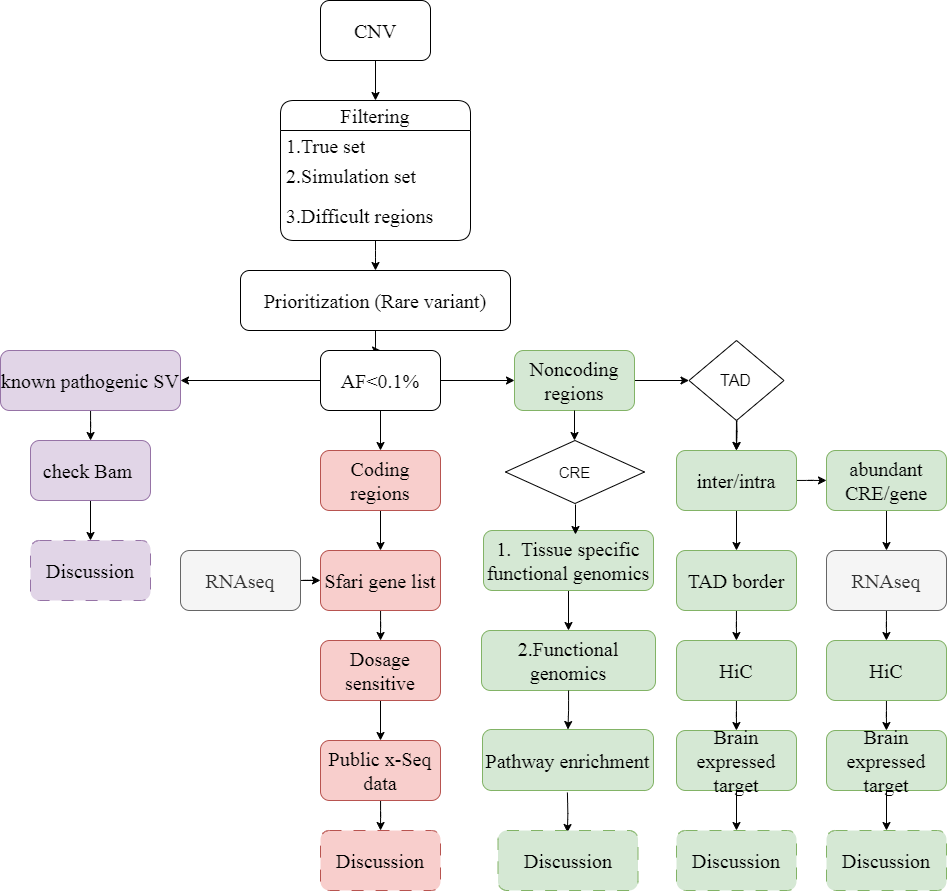
ShirleyLiu-BCH/workflow keeps this draw.io diagram as SV_workflow.drawio.png. Above is the earlier version. Source tidied: cells renumbered, new cells last; positions are measured from the earlier drawing's top-left corner, leaving out a move shared by most shapes.
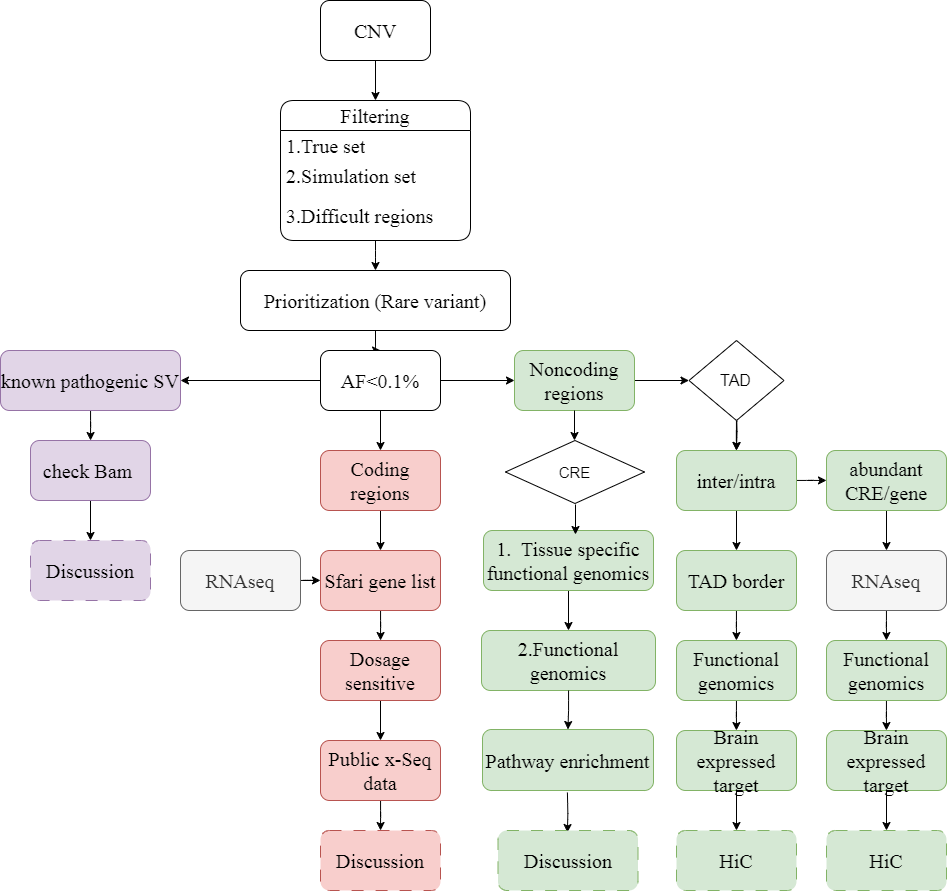
Later version of the same file.

Change to the diagram source:
```diff
@@ -139,7 +139,7 @@
     <mxCell id="45" style="edgeStyle=orthogonalEdgeStyle;rounded=1;hachureGap=4;jettySize=auto;html=1;fontFamily=Times New Roman;fontSize=16;" parent="1" edge="1" source="46" target="48">
       <mxGeometry relative="1" as="geometry" />
     </mxCell>
-    <mxCell id="46" value="HiC" style="whiteSpace=wrap;html=1;fontSize=20;fontFamily=Times New Roman;fontStyle=0;startSize=30;hachureGap=4;fillColor=#d5e8d4;strokeColor=#82b366;rounded=1;" parent="1" vertex="1">
+    <mxCell id="46" value="Functional genomics" style="whiteSpace=wrap;html=1;fontSize=20;fontFamily=Times New Roman;fontStyle=0;startSize=30;hachureGap=4;fillColor=#d5e8d4;strokeColor=#82b366;rounded=1;" parent="1" vertex="1">
       <mxGeometry x="676" y="640" width="120" height="60" as="geometry" />
     </mxCell>
     <mxCell id="47" style="edgeStyle=orthogonalEdgeStyle;rounded=1;hachureGap=4;jettySize=auto;html=1;fontFamily=Times New Roman;fontSize=16;" parent="1" edge="1" source="48" target="56">
@@ -157,7 +157,7 @@
     <mxCell id="51" style="edgeStyle=orthogonalEdgeStyle;rounded=1;hachureGap=4;jettySize=auto;html=1;fontFamily=Times New Roman;fontSize=16;" parent="1" edge="1" source="52" target="54">
       <mxGeometry relative="1" as="geometry" />
     </mxCell>
-    <mxCell id="52" value="HiC" style="whiteSpace=wrap;html=1;fontSize=20;fontFamily=Times New Roman;fontStyle=0;startSize=30;hachureGap=4;fillColor=#d5e8d4;strokeColor=#82b366;rounded=1;" parent="1" vertex="1">
+    <mxCell id="52" value="Functional genomics" style="whiteSpace=wrap;html=1;fontSize=20;fontFamily=Times New Roman;fontStyle=0;startSize=30;hachureGap=4;fillColor=#d5e8d4;strokeColor=#82b366;rounded=1;" parent="1" vertex="1">
       <mxGeometry x="826" y="640" width="120" height="60" as="geometry" />
     </mxCell>
     <mxCell id="53" style="edgeStyle=orthogonalEdgeStyle;rounded=1;hachureGap=4;jettySize=auto;html=1;fontFamily=Times New Roman;fontSize=16;" parent="1" edge="1" source="54" target="57">
@@ -169,10 +169,10 @@
     <mxCell id="55" value="Discussion" style="whiteSpace=wrap;html=1;fontSize=20;fontFamily=Times New Roman;fontStyle=0;startSize=30;hachureGap=4;fillColor=#d5e8d4;strokeColor=#82b366;rounded=1;dashed=1;dashPattern=12 12;" parent="1" vertex="1">
       <mxGeometry x="497.5" y="830" width="140" height="60" as="geometry" />
     </mxCell>
-    <mxCell id="56" value="Discussion" style="whiteSpace=wrap;html=1;fontSize=20;fontFamily=Times New Roman;fontStyle=0;startSize=30;hachureGap=4;fillColor=#d5e8d4;strokeColor=#82b366;rounded=1;dashed=1;dashPattern=12 12;" parent="1" vertex="1">
+    <mxCell id="56" value="HiC" style="whiteSpace=wrap;html=1;fontSize=20;fontFamily=Times New Roman;fontStyle=0;startSize=30;hachureGap=4;fillColor=#d5e8d4;strokeColor=#82b366;rounded=1;dashed=1;dashPattern=12 12;" parent="1" vertex="1">
       <mxGeometry x="676" y="830" width="120" height="60" as="geometry" />
     </mxCell>
-    <mxCell id="57" value="Discussion" style="whiteSpace=wrap;html=1;fontSize=20;fontFamily=Times New Roman;fontStyle=0;startSize=30;hachureGap=4;fillColor=#d5e8d4;strokeColor=#82b366;rounded=1;dashed=1;dashPattern=12 12;" parent="1" vertex="1">
+    <mxCell id="57" value="HiC" style="whiteSpace=wrap;html=1;fontSize=20;fontFamily=Times New Roman;fontStyle=0;startSize=30;hachureGap=4;fillColor=#d5e8d4;strokeColor=#82b366;rounded=1;dashed=1;dashPattern=12 12;" parent="1" vertex="1">
       <mxGeometry x="826" y="830" width="120" height="60" as="geometry" />
     </mxCell>
     <mxCell id="58" value="&lt;font style=&quot;font-size: 15px;&quot;&gt;CRE&lt;/font&gt;" style="rhombus;whiteSpace=wrap;html=1;" parent="1" vertex="1">
```
